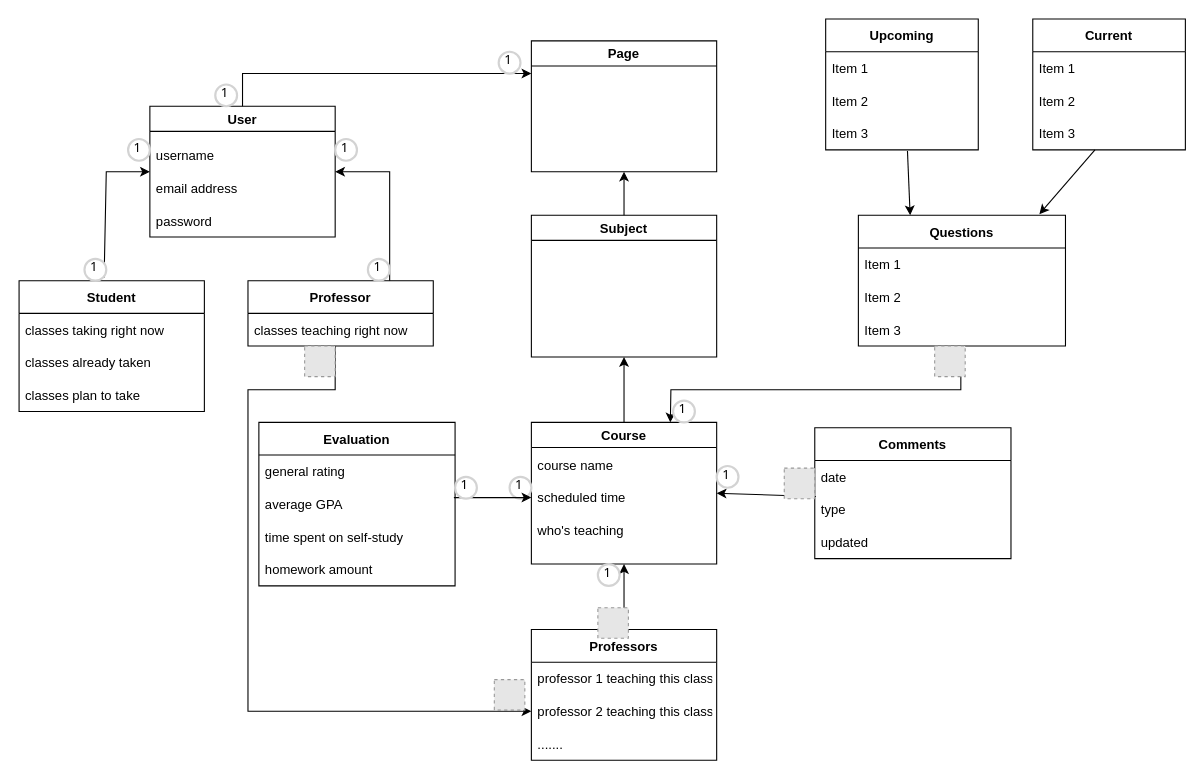
The draw.io diagram Domain Model.drawio in I-Dont-Want-An-F/Project, before the edit. Source tidied: cells renumbered, new cells numbered last; positions are measured from the earlier drawing's top-left corner, leaving out a move shared by most shapes. Both pictures are drawn from the tidied source at 109%, with x=0, y=0 at pixel (19, 19). Pictures stored in the file or linked from it are replaced by grey dashed boxes.
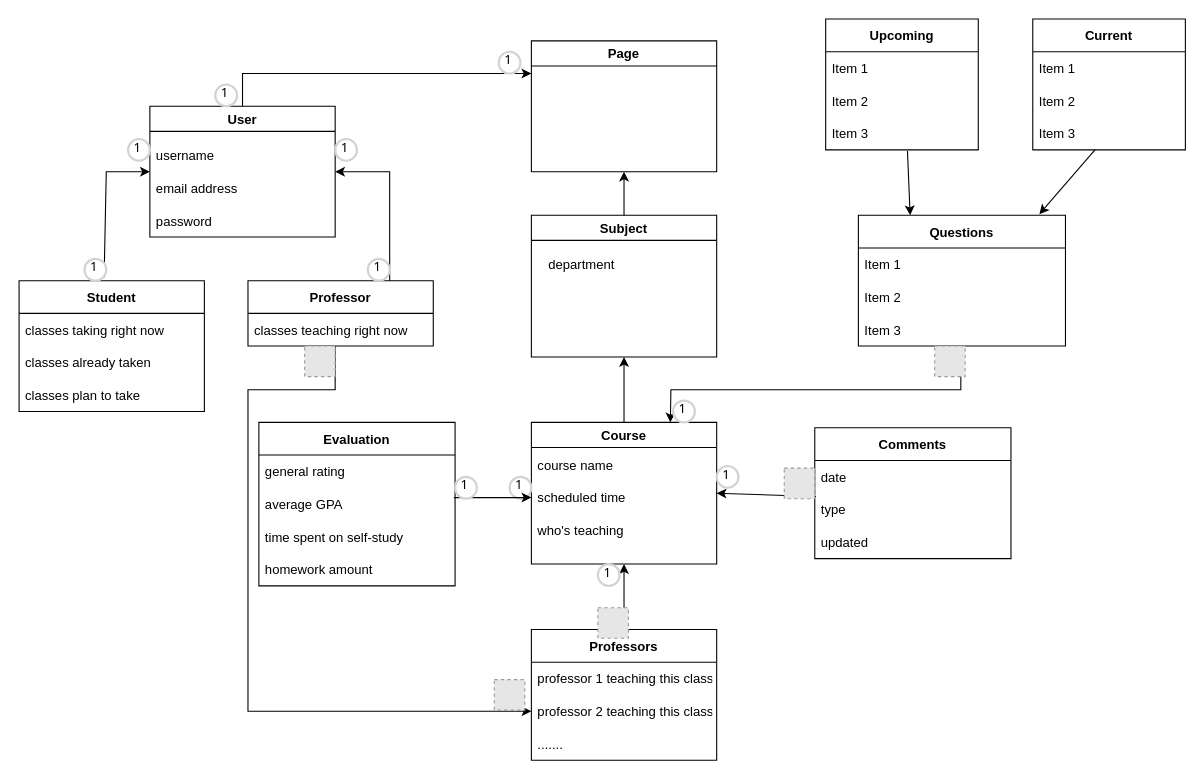
The same diagram, later.

The change refers to these unchanged cells:
```xml
<mxCell id="17" value="Subject" style="swimlane;startSize=23;" parent="1" vertex="1">
  <mxGeometry x="470" y="180" width="170" height="130" as="geometry" />
</mxCell>
```

Change to the diagram source:
```diff
@@
+    <mxCell id="71" value="department" style="text;strokeColor=none;fillColor=none;align=left;verticalAlign=middle;spacingLeft=4;spacingRight=4;overflow=hidden;" parent="17" vertex="1">
+      <mxGeometry x="10" y="30" width="80" height="30" as="geometry" />
+    </mxCell>
```
